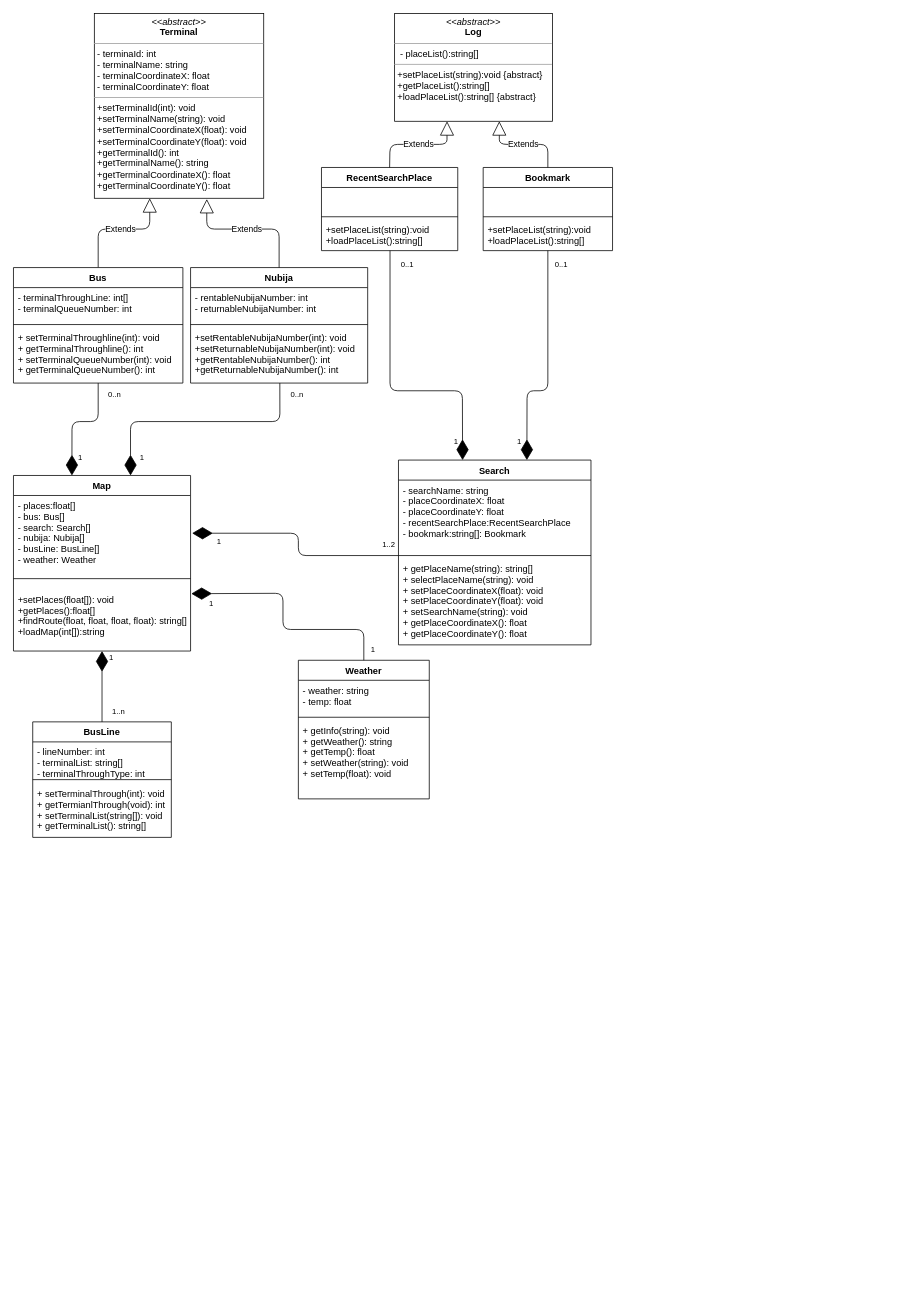
Before: 2nd_homework/class_diagram.drawio in chisacam/CWNU19SE_2B, a draw.io diagram. Source tidied: cells renumbered, new cells numbered last; positions are measured from the earlier drawing's top-left corner, leaving out a move shared by most shapes. Both pictures are drawn from the tidied source at 77%, with x=0, y=0 at pixel (13, 13).
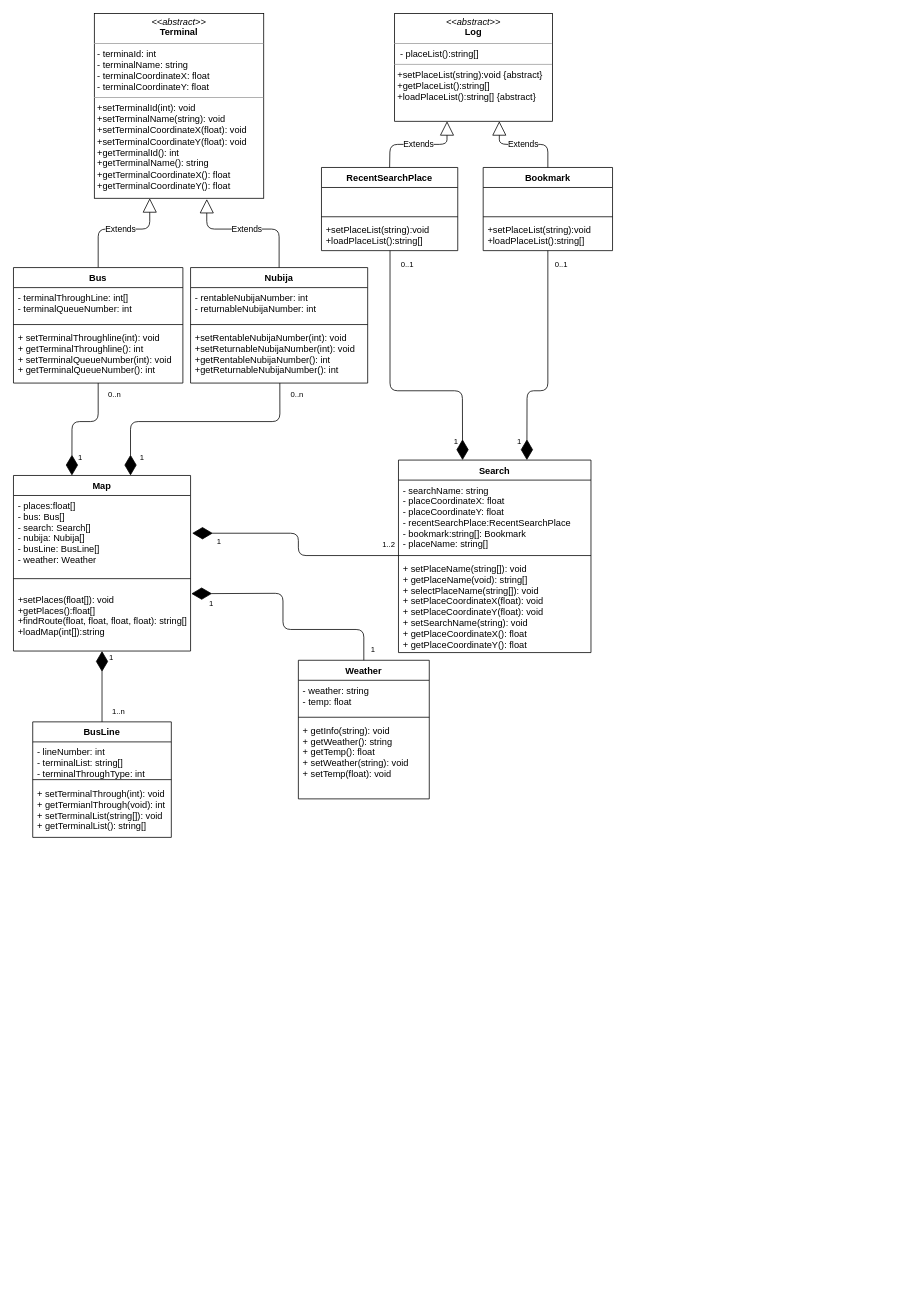
Above is the later version.

Diff of the diagram source:
```diff
@@
     <mxCell id="10" value="Search" style="swimlane;fontStyle=1;align=center;verticalAlign=top;horizontal=1;startSize=26;" parent="1" vertex="1">
-      <mxGeometry x="500" y="580" width="250" height="240" as="geometry" />
+      <mxGeometry x="500" y="580" width="250" height="250" as="geometry" />
     </mxCell>
-    <mxCell id="11" value="- searchName: string&#10;- placeCoordinateX: float&#10;- placeCoordinateY: float&#10;- recentSearchPlace:RecentSearchPlace&#10;- bookmark:string[]: Bookmark&#10;&#10;" style="text;strokeColor=none;fillColor=none;align=left;verticalAlign=top;spacingLeft=4;spacingRight=4;overflow=hidden;" parent="10" vertex="1">
+    <mxCell id="11" value="- searchName: string&#10;- placeCoordinateX: float&#10;- placeCoordinateY: float&#10;- recentSearchPlace:RecentSearchPlace&#10;- bookmark:string[]: Bookmark&#10;- placeName: string[]&#10;" style="text;strokeColor=none;fillColor=none;align=left;verticalAlign=top;spacingLeft=4;spacingRight=4;overflow=hidden;" parent="10" vertex="1">
       <mxGeometry y="26" width="250" height="94" as="geometry" />
     </mxCell>
@@
-    <mxCell id="13" value="+ getPlaceName(string): string[]&#10;+ selectPlaceName(string): void&#10;+ setPlaceCoordinateX(float): void&#10;+ setPlaceCoordinateY(float): void&#10;+ setSearchName(string): void&#10;+ getPlaceCoordinateX(): float&#10;+ getPlaceCoordinateY(): float&#10;" style="text;strokeColor=none;fillColor=none;align=left;verticalAlign=top;spacingLeft=4;spacingRight=4;overflow=hidden;" parent="10" vertex="1">
-      <mxGeometry y="128" width="250" height="112" as="geometry" />
+    <mxCell id="13" value="+ setPlaceName(string[]): void&#10;+ getPlaceName(void): string[]&#10;+ selectPlaceName(string[]): void&#10;+ setPlaceCoordinateX(float): void&#10;+ setPlaceCoordinateY(float): void&#10;+ setSearchName(string): void&#10;+ getPlaceCoordinateX(): float&#10;+ getPlaceCoordinateY(): float" style="text;strokeColor=none;fillColor=none;align=left;verticalAlign=top;spacingLeft=4;spacingRight=4;overflow=hidden;" parent="10" vertex="1">
+      <mxGeometry y="128" width="250" height="122" as="geometry" />
     </mxCell>
```
